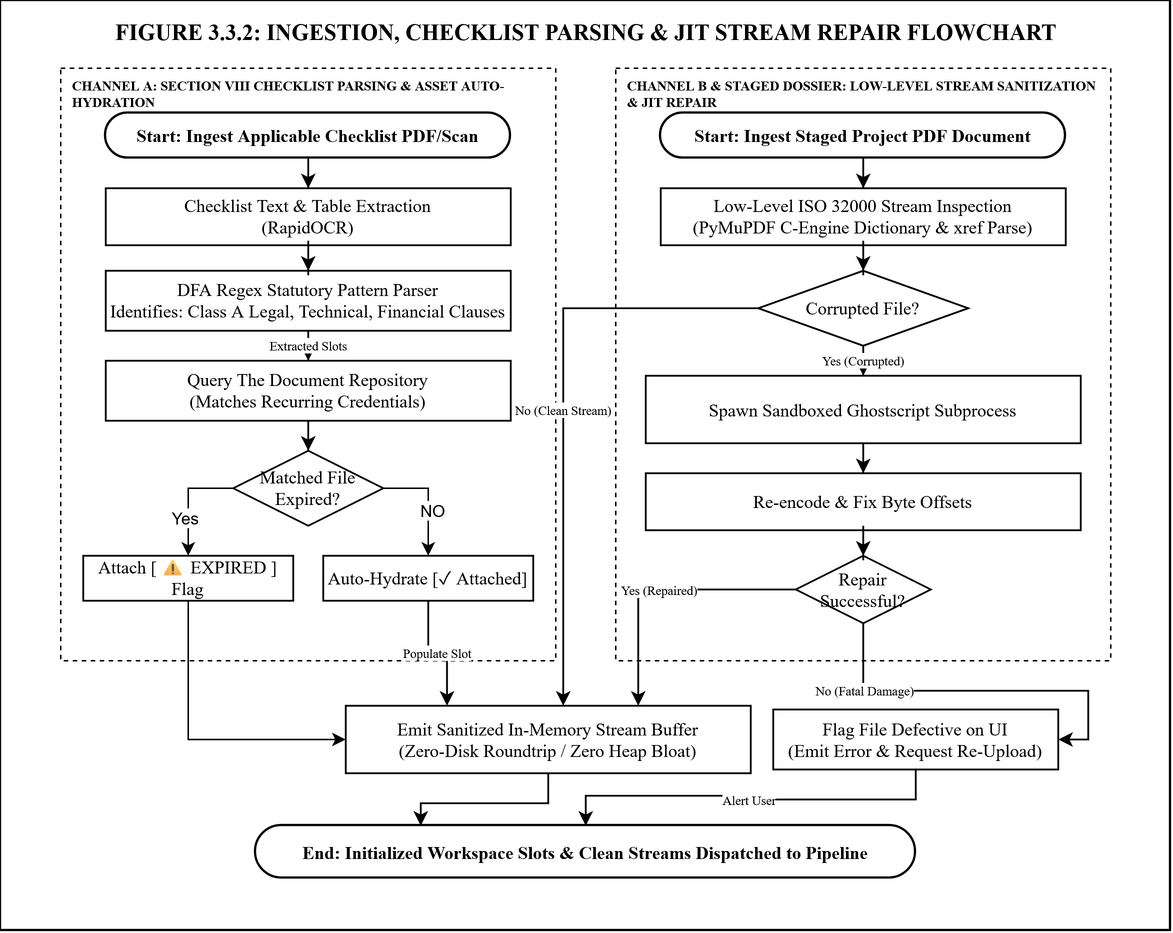
The draw.io diagram figures/Figure 3.3.2.png in kenlyEmmanuel-main/Thesis-Doumentation, before a commit. Source tidied: cells renumbered, new cells last; positions are measured from the earlier drawing's top-left corner, leaving out a move shared by most shapes.
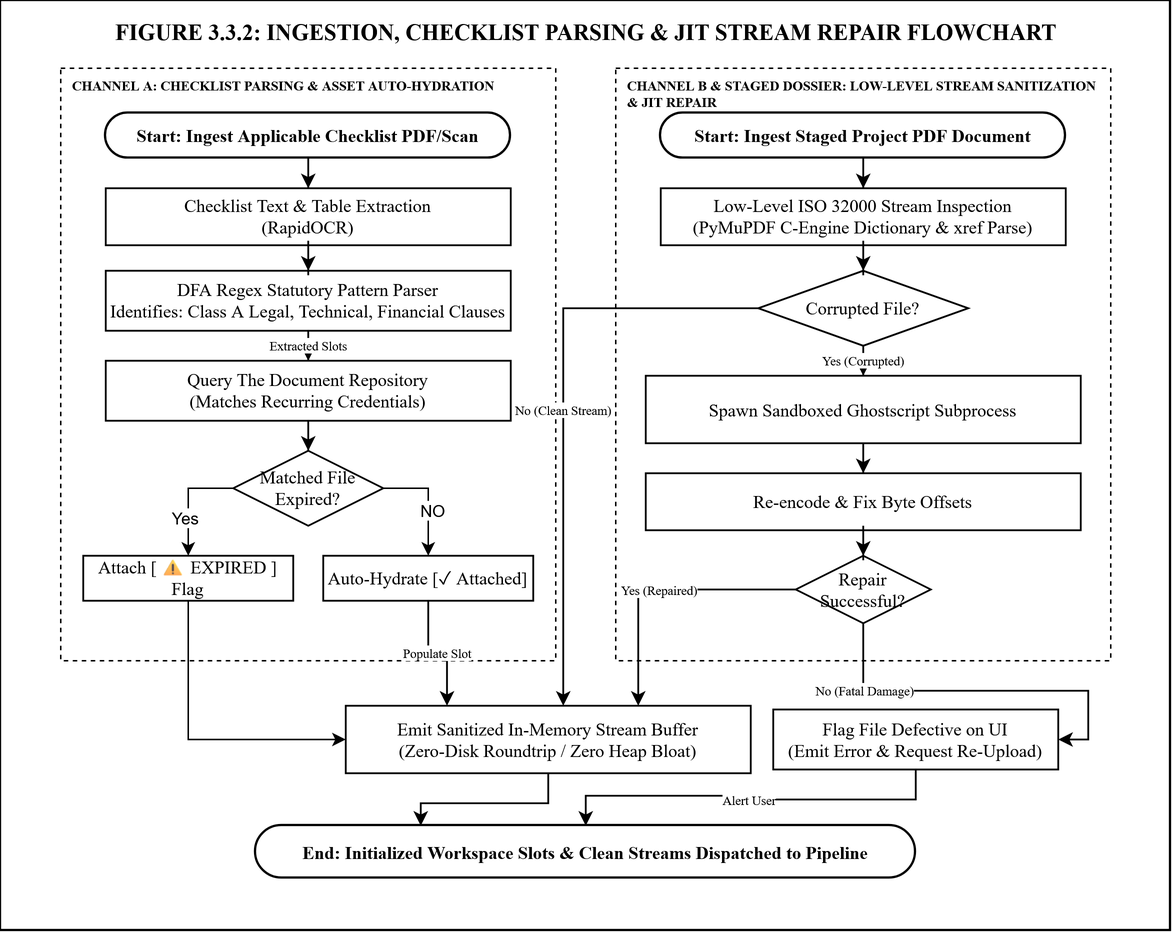
The same file after the commit.

Commit message:
Correct checklist flowchart heading

Change to the diagram source:
```diff
@@ -11,7 +11,7 @@
     <mxCell id="4" value="&lt;font style=&quot;font-size: 15px;&quot;&gt;FIGURE 3.3.2: INGESTION, CHECKLIST PARSING &amp;amp; JIT STREAM REPAIR FLOWCHART&lt;/font&gt;" style="text;html=1;align=center;verticalAlign=middle;strokeColor=none;fillColor=none;fontFamily=Times New Roman;fontSize=11;fontStyle=1;fontColor=#000000;" parent="2" vertex="1">
       <mxGeometry x="65" y="6" width="650" height="30" as="geometry" />
     </mxCell>
-    <mxCell id="5" value="CHANNEL A: SECTION VIII CHECKLIST PARSING &amp; ASSET AUTO-HYDRATION" style="rounded=0;whiteSpace=wrap;html=1;fillColor=#ffffff;strokeColor=#000000;strokeWidth=1;dashed=1;fontFamily=Times New Roman;fontSize=9;fontStyle=1;align=left;verticalAlign=top;spacingLeft=6;" parent="2" vertex="1">
+    <mxCell id="5" value="CHANNEL A: CHECKLIST PARSING &amp;amp; ASSET AUTO-HYDRATION" style="rounded=0;whiteSpace=wrap;html=1;fillColor=#ffffff;strokeColor=#000000;strokeWidth=1;dashed=1;fontFamily=Times New Roman;fontSize=9;fontStyle=1;align=left;verticalAlign=top;spacingLeft=6;" parent="2" vertex="1">
       <mxGeometry x="40" y="45" width="330" height="395" as="geometry" />
     </mxCell>
     <mxCell id="6" value="&lt;font style=&quot;font-size: 12px;&quot;&gt;Start: Ingest Applicable Checklist PDF/Scan&lt;/font&gt;" style="rounded=1;arcSize=50;whiteSpace=wrap;html=1;fillColor=#ffffff;strokeColor=#000000;strokeWidth=1.5;fontFamily=Times New Roman;fontSize=9.5;fontStyle=1;" parent="2" vertex="1">
```
